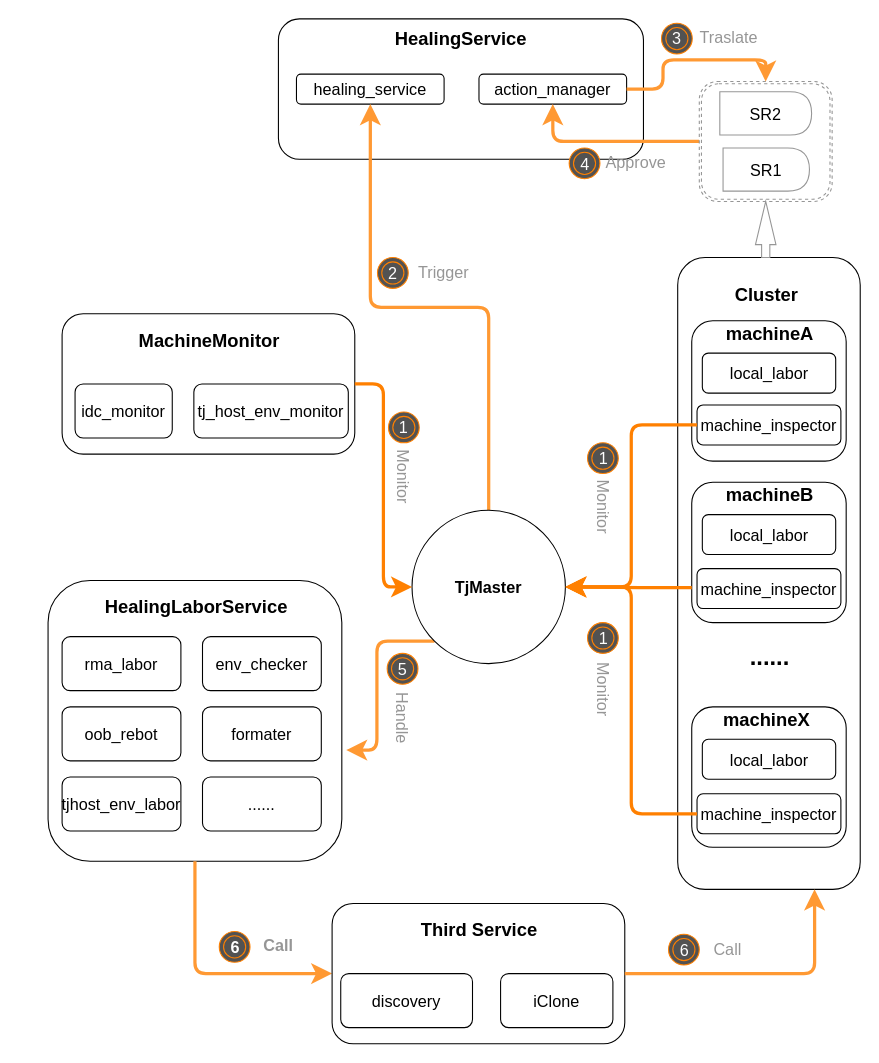
HellenWang/12 keeps this draw.io diagram as Untitled Diagram.drawio. Above is the earlier version. Source tidied: cells renumbered, new cells numbered last; positions are measured from the earlier drawing's top-left corner, leaving out a move shared by most shapes. Both pictures are drawn from the tidied source at 108%, with x=0, y=0 at pixel (48, 18).
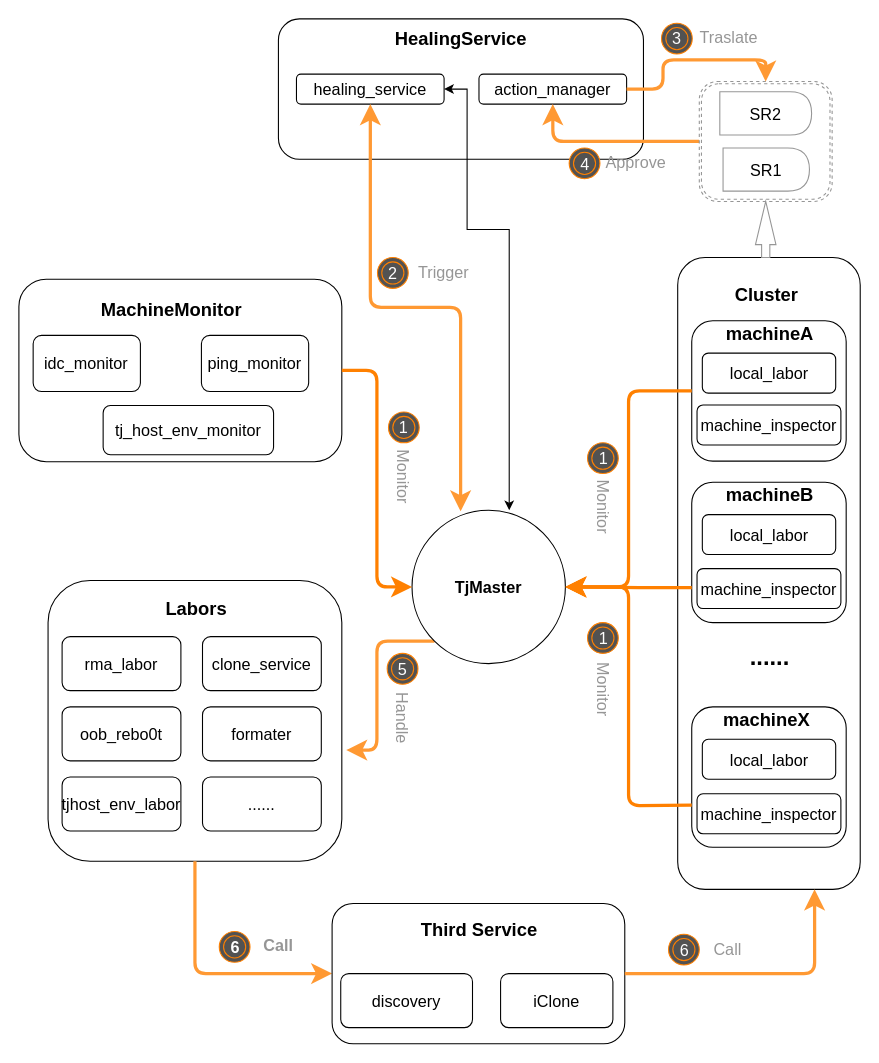
Above is the later version.

Unchanged cells that the change refers to:
```xml
<mxCell id="4" value="healing_service" style="rounded=1;whiteSpace=wrap;html=1;fontSize=15;" parent="2" vertex="1">
  <mxGeometry y="51.1" width="136.7" height="27.8" as="geometry" />
</mxCell>
<mxCell id="11" value="TjMaster" style="ellipse;whiteSpace=wrap;html=1;fontSize=15;fontStyle=1;" parent="1" vertex="1">
  <mxGeometry x="337" y="455" width="142" height="142" as="geometry" />
</mxCell>
<mxCell id="17" style="group;" parent="1" vertex="1">
  <mxGeometry y="520" width="272" height="260" as="geometry" />
</mxCell>
<mxCell id="28" style="rounded=1;whiteSpace=wrap;html=1;fontSize=15;" parent="26" vertex="1">
  <mxGeometry x="13" y="58.5" width="143" height="130" as="geometry" />
</mxCell>
<mxCell id="39" value="machine_inspector" style="rounded=1;whiteSpace=wrap;html=1;fontSize=15;" parent="26" vertex="1">
  <mxGeometry x="17.9" y="136.5" width="133.2" height="37" as="geometry" />
</mxCell>
<mxCell id="41" value="machine_inspector" style="rounded=1;whiteSpace=wrap;html=1;fontSize=15;" parent="26" vertex="1">
  <mxGeometry x="17.9" y="496.5" width="133.2" height="37" as="geometry" />
</mxCell>
```

Diff of the diagram source:
```diff
@@
-    <mxCell id="9" style="edgeStyle=orthogonalEdgeStyle;rounded=1;jumpStyle=arc;jettySize=auto;html=1;startSize=10;endSize=10;strokeColor=#FF9933;strokeWidth=3;fontSize=15;fontColor=#969696;" parent="1" edge="1" source="11" target="4">
+    <mxCell id="9" style="edgeStyle=orthogonalEdgeStyle;rounded=1;jumpStyle=arc;jettySize=auto;html=1;startSize=10;endSize=10;strokeColor=#FF9933;strokeWidth=3;fontSize=15;fontColor=#969696;startArrow=classic;startFill=1;exitX=0.317;exitY=0.007;exitDx=0;exitDy=0;exitPerimeter=0;" parent="1" edge="1" source="11" target="4">
       <mxGeometry relative="1" as="geometry" />
     </mxCell>
@@
     <mxCell id="12" style="group;" parent="1" vertex="1">
-      <mxGeometry x="13" y="273" width="271" height="130" as="geometry" />
+      <mxGeometry x="-27" y="241" width="299" height="169" as="geometry" />
     </mxCell>
     <mxCell id="13" style="rounded=1;whiteSpace=wrap;html=1;fontSize=12;glass=0;strokeWidth=1;shadow=0;" parent="12" vertex="1">
-      <mxGeometry width="271" height="130" as="geometry" />
+      <mxGeometry width="299" height="169" as="geometry" />
     </mxCell>
     <mxCell id="14" value="MachineMonitor" style="text;html=1;align=center;verticalAlign=middle;fillColor=none;strokeColor=none;rounded=0;fontSize=17;fontStyle=1;" parent="12" vertex="1">
-      <mxGeometry x="57.5" y="13" width="156" height="26" as="geometry" />
+      <mxGeometry x="63.4" y="16.9" width="156" height="26" as="geometry" />
     </mxCell>
     <mxCell id="15" value="idc_monitor" style="rounded=1;whiteSpace=wrap;html=1;fontSize=15;" parent="12" vertex="1">
-      <mxGeometry x="12" y="65" width="90" height="50" as="geometry" />
+      <mxGeometry x="13.2" y="52" width="99.3" height="52" as="geometry" />
     </mxCell>
     <mxCell id="16" value="tj_host_env_monitor" style="rounded=1;whiteSpace=wrap;html=1;fontSize=15;" parent="12" vertex="1">
-      <mxGeometry x="122" y="65" width="143" height="50" as="geometry" />
+      <mxGeometry x="78" y="117" width="157.8" height="45.5" as="geometry" />
     </mxCell>
+    <mxCell id="75" value="ping_monitor" style="rounded=1;whiteSpace=wrap;html=1;fontSize=15;" parent="12" vertex="1">
+      <mxGeometry x="169" y="52" width="99.3" height="52" as="geometry" />
+    </mxCell>
@@
-    <mxCell id="19" value="HealingLaborService" style="text;html=1;align=center;verticalAlign=middle;fillColor=none;strokeColor=none;rounded=0;fontSize=17;fontStyle=1;" parent="17" vertex="1">
-      <mxGeometry x="39" y="13" width="195" height="26" as="geometry" />
+    <mxCell id="19" value="Labors" style="text;html=1;align=center;verticalAlign=middle;fillColor=none;strokeColor=none;rounded=0;fontSize=17;fontStyle=1;" parent="17" vertex="1">
+      <mxGeometry x="98" y="7" width="78" height="39" as="geometry" />
     </mxCell>
@@
-    <mxCell id="21" value="env_checker" style="rounded=1;whiteSpace=wrap;html=1;fontSize=15;" parent="17" vertex="1">
+    <mxCell id="21" value="clone_service" style="rounded=1;whiteSpace=wrap;html=1;fontSize=15;" parent="17" vertex="1">
       <mxGeometry x="143" y="52" width="110" height="50" as="geometry" />
     </mxCell>
-    <mxCell id="22" value="oob_rebot" style="rounded=1;whiteSpace=wrap;html=1;fontSize=15;" parent="17" vertex="1">
+    <mxCell id="22" value="oob_rebo0t" style="rounded=1;whiteSpace=wrap;html=1;fontSize=15;" parent="17" vertex="1">
       <mxGeometry x="13" y="117" width="110" height="50" as="geometry" />
     </mxCell>
@@
-    <mxCell id="43" style="edgeStyle=orthogonalEdgeStyle;rounded=1;jettySize=auto;html=1;exitX=0;exitY=0.5;exitDx=0;exitDy=0;entryX=1;entryY=0.5;entryDx=0;entryDy=0;fontSize=22;strokeColor=#FF8000;startSize=10;endSize=10;strokeWidth=3;" parent="1" edge="1" source="41" target="11">
-      <mxGeometry relative="1" as="geometry" />
+    <mxCell id="43" style="edgeStyle=orthogonalEdgeStyle;rounded=1;jettySize=auto;html=1;entryX=1;entryY=0.5;entryDx=0;entryDy=0;fontSize=22;strokeColor=#FF8000;startSize=10;endSize=10;strokeWidth=3;" parent="1" edge="1" target="11">
+      <mxGeometry relative="1" as="geometry">
+        <mxPoint x="596" y="728" as="sourcePoint" />
+      </mxGeometry>
     </mxCell>
@@
-    <mxCell id="45" style="edgeStyle=orthogonalEdgeStyle;rounded=1;jettySize=auto;html=1;entryX=1;entryY=0.5;entryDx=0;entryDy=0;fontSize=22;strokeColor=#FF8000;startSize=10;endSize=10;strokeWidth=3;" parent="1" edge="1" source="39" target="11">
+    <mxCell id="45" style="edgeStyle=orthogonalEdgeStyle;rounded=1;jettySize=auto;html=1;entryX=1;entryY=0.5;entryDx=0;entryDy=0;fontSize=22;strokeColor=#FF8000;startSize=10;endSize=10;strokeWidth=3;exitX=0;exitY=0.5;exitDx=0;exitDy=0;" parent="1" edge="1" source="28" target="11">
       <mxGeometry relative="1" as="geometry" />
     </mxCell>
@@
+    <mxCell id="76" style="edgeStyle=orthogonalEdgeStyle;rounded=0;jettySize=auto;html=1;exitX=1;exitY=0.5;exitDx=0;exitDy=0;startArrow=classic;startFill=1;" parent="1" edge="1" source="4">
+      <mxGeometry relative="1" as="geometry">
+        <mxPoint x="427" y="455" as="targetPoint" />
+        <Array as="points">
+          <mxPoint x="388" y="65" />
+          <mxPoint x="388" y="195" />
+          <mxPoint x="427" y="195" />
+        </Array>
+      </mxGeometry>
+    </mxCell>
```
